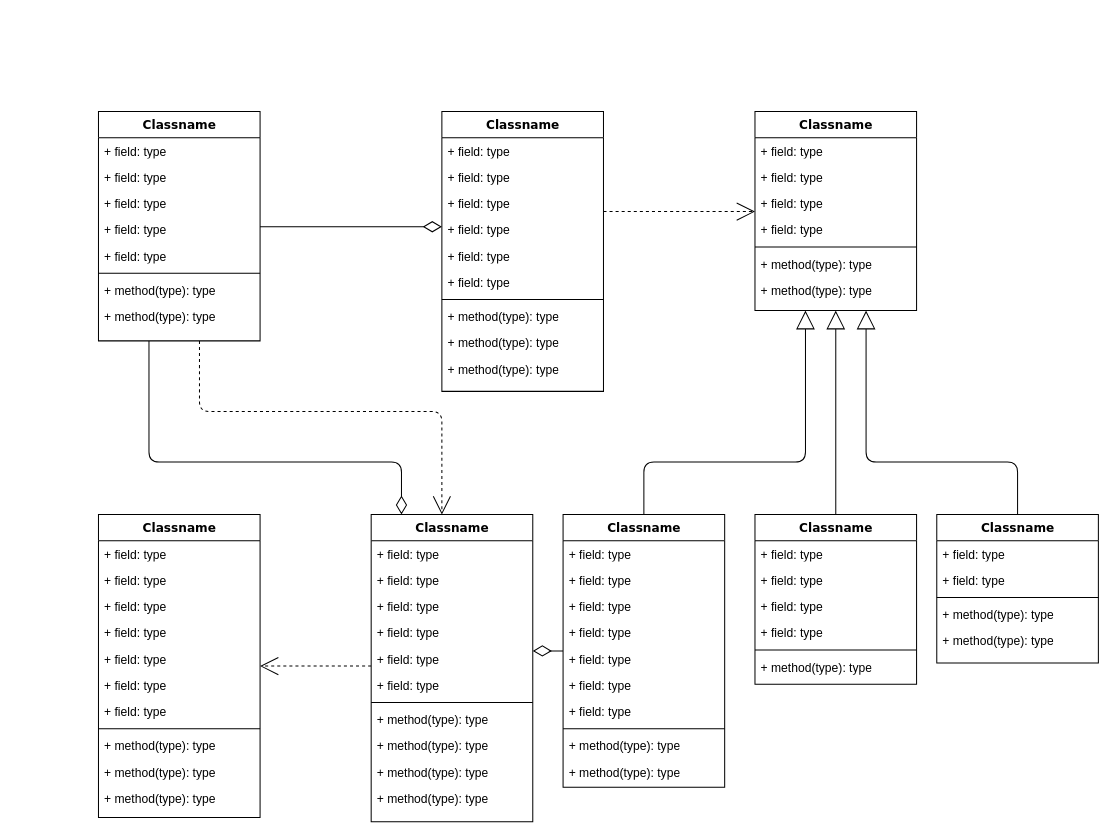
Before: Untitled Diagram.drawio in Avoz194/Advanced-Programing---Ass1, a draw.io diagram. Source tidied: cells renumbered, new cells numbered last; positions are measured from the earlier drawing's top-left corner, leaving out a move shared by most shapes. Both pictures are drawn from the tidied source at 101%, with x=0, y=0 at pixel (98, 111).
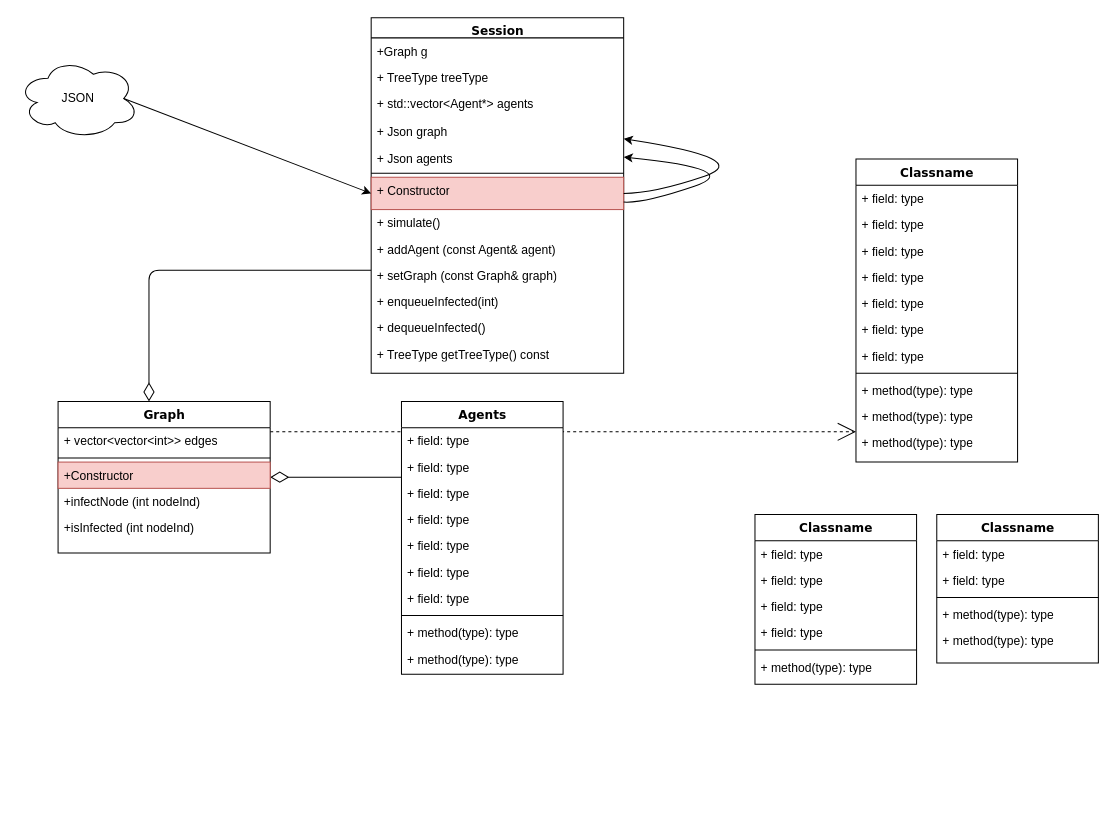
Above is the later version.

The change refers to these unchanged cells:
```xml
<mxCell id="72" value="Classname" style="swimlane;html=1;fontStyle=1;align=center;verticalAlign=top;horizontal=1;startSize=26;swimlaneFillColor=#ffffff;rounded=0;shadow=0;comic=0;labelBackgroundColor=none;strokeWidth=1;fillColor=none;fontFamily=Verdana;fontSize=12;" parent="1" vertex="1">
  <mxGeometry x="650" y="399" width="160" height="168" as="geometry" />
</mxCell>
<mxCell id="80" value="Classname" style="swimlane;html=1;fontStyle=1;align=center;verticalAlign=top;horizontal=1;startSize=26;swimlaneFillColor=#ffffff;rounded=0;shadow=0;comic=0;labelBackgroundColor=none;strokeWidth=1;fillColor=none;fontFamily=Verdana;fontSize=12;" parent="1" vertex="1">
  <mxGeometry x="830" y="399" width="160" height="147" as="geometry" />
</mxCell>
```

Diff of the diagram source:
```diff
@@
-    <mxCell id="2" style="edgeStyle=orthogonalEdgeStyle;html=1;labelBackgroundColor=none;startFill=0;startSize=8;endArrow=open;endFill=0;endSize=16;fontFamily=Verdana;fontSize=12;dashed=1;" parent="1" edge="1" source="4" target="47">
-      <mxGeometry relative="1" as="geometry">
-        <Array as="points">
-          <mxPoint x="100" y="297" />
-          <mxPoint x="340" y="297" />
-        </Array>
-      </mxGeometry>
-    </mxCell>
     <mxCell id="3" style="edgeStyle=orthogonalEdgeStyle;html=1;labelBackgroundColor=none;startFill=0;startSize=8;endArrow=diamondThin;endFill=0;endSize=16;fontFamily=Verdana;fontSize=12;" parent="1" edge="1" source="4" target="47">
       <mxGeometry relative="1" as="geometry">
         <Array as="points">
-          <mxPoint x="50" y="347" />
-          <mxPoint x="300" y="347" />
+          <mxPoint x="50" y="157" />
         </Array>
       </mxGeometry>
     </mxCell>
-    <mxCell id="4" value="Classname" style="swimlane;html=1;fontStyle=1;align=center;verticalAlign=top;horizontal=1;startSize=26;swimlaneFillColor=#ffffff;rounded=0;shadow=0;comic=0;labelBackgroundColor=none;strokeWidth=1;fillColor=none;fontFamily=Verdana;fontSize=12;" parent="1" vertex="1">
-      <mxGeometry width="160" height="227" as="geometry" />
+    <mxCell id="4" value="Session" style="swimlane;html=1;fontStyle=1;align=center;verticalAlign=top;horizontal=1;startSize=20;swimlaneFillColor=#ffffff;rounded=0;shadow=0;comic=0;labelBackgroundColor=none;strokeWidth=1;fillColor=none;fontFamily=Verdana;fontSize=12;" parent="1" vertex="1">
+      <mxGeometry x="270" y="-93" width="250" height="352" as="geometry" />
     </mxCell>
-    <mxCell id="5" value="+ field: type" style="text;html=1;strokeColor=none;fillColor=none;align=left;verticalAlign=top;spacingLeft=4;spacingRight=4;whiteSpace=wrap;overflow=hidden;" parent="4" vertex="1">
-      <mxGeometry y="26" width="160" height="26" as="geometry" />
+    <mxCell id="5" value="+Graph g" style="text;html=1;strokeColor=none;fillColor=none;align=left;verticalAlign=top;spacingLeft=4;spacingRight=4;whiteSpace=wrap;overflow=hidden;" parent="4" vertex="1">
+      <mxGeometry y="20" width="250" height="26" as="geometry" />
     </mxCell>
-    <mxCell id="6" value="+ field: type" style="text;html=1;strokeColor=none;fillColor=none;align=left;verticalAlign=top;spacingLeft=4;spacingRight=4;whiteSpace=wrap;overflow=hidden;" parent="4" vertex="1">
-      <mxGeometry y="52" width="160" height="26" as="geometry" />
+    <mxCell id="6" value="+ TreeType treeType" style="text;html=1;strokeColor=none;fillColor=none;align=left;verticalAlign=top;spacingLeft=4;spacingRight=4;whiteSpace=wrap;overflow=hidden;" parent="4" vertex="1">
+      <mxGeometry y="46" width="250" height="26" as="geometry" />
     </mxCell>
-    <mxCell id="7" value="+ field: type" style="text;html=1;strokeColor=none;fillColor=none;align=left;verticalAlign=top;spacingLeft=4;spacingRight=4;whiteSpace=wrap;overflow=hidden;" parent="4" vertex="1">
-      <mxGeometry y="78" width="160" height="26" as="geometry" />
+    <mxCell id="7" value="+ std::vector&amp;lt;Agent*&amp;gt; agents" style="text;html=1;strokeColor=none;fillColor=none;align=left;verticalAlign=top;spacingLeft=4;spacingRight=4;whiteSpace=wrap;overflow=hidden;" parent="4" vertex="1">
+      <mxGeometry y="72" width="250" height="28" as="geometry" />
     </mxCell>
-    <mxCell id="8" value="+ field: type" style="text;html=1;strokeColor=none;fillColor=none;align=left;verticalAlign=top;spacingLeft=4;spacingRight=4;whiteSpace=wrap;overflow=hidden;" parent="4" vertex="1">
-      <mxGeometry y="104" width="160" height="26" as="geometry" />
-    </mxCell>
-    <mxCell id="9" value="+ field: type" style="text;html=1;strokeColor=none;fillColor=none;align=left;verticalAlign=top;spacingLeft=4;spacingRight=4;whiteSpace=wrap;overflow=hidden;" parent="4" vertex="1">
-      <mxGeometry y="130" width="160" height="26" as="geometry" />
-    </mxCell>
+    <mxCell id="87" value="+ Json graph" style="text;html=1;strokeColor=none;fillColor=none;align=left;verticalAlign=top;spacingLeft=4;spacingRight=4;whiteSpace=wrap;overflow=hidden;points=[[0,0.5],[1,0.5]];portConstraint=eastwest;" parent="4" vertex="1">
+      <mxGeometry y="100" width="250" height="26" as="geometry" />
+    </mxCell>
+    <mxCell id="88" value="+ Json agents" style="text;html=1;strokeColor=none;fillColor=none;align=left;verticalAlign=top;spacingLeft=4;spacingRight=4;whiteSpace=wrap;overflow=hidden;points=[[0,0.5],[1,0.5]];portConstraint=eastwest;" parent="4" vertex="1">
+      <mxGeometry y="126" width="250" height="24" as="geometry" />
+    </mxCell>
     <mxCell id="10" style="line;html=1;strokeWidth=1;fillColor=none;align=left;verticalAlign=middle;spacingTop=-1;spacingLeft=3;spacingRight=3;labelPosition=right;" parent="4" vertex="1">
-      <mxGeometry y="156" width="160" height="8" as="geometry" />
+      <mxGeometry y="150" width="250" height="8" as="geometry" />
     </mxCell>
+    <mxCell id="89" value="+ Constructor" style="text;html=1;strokeColor=#b85450;fillColor=#f8cecc;align=left;verticalAlign=top;spacingLeft=4;spacingRight=4;whiteSpace=wrap;overflow=hidden;points=[[0,0.5],[1,0.5]];portConstraint=eastwest;" parent="4" vertex="1">
+      <mxGeometry y="158" width="250" height="32" as="geometry" />
+    </mxCell>
-    <mxCell id="11" value="+ method(type): type" style="text;html=1;strokeColor=none;fillColor=none;align=left;verticalAlign=top;spacingLeft=4;spacingRight=4;whiteSpace=wrap;overflow=hidden;" parent="4" vertex="1">
-      <mxGeometry y="164" width="160" height="26" as="geometry" />
+    <mxCell id="11" value="+ simulate()" style="text;html=1;strokeColor=none;fillColor=none;align=left;verticalAlign=top;spacingLeft=4;spacingRight=4;whiteSpace=wrap;overflow=hidden;" parent="4" vertex="1">
+      <mxGeometry y="190" width="250" height="26" as="geometry" />
     </mxCell>
-    <mxCell id="12" value="+ method(type): type" style="text;html=1;strokeColor=none;fillColor=none;align=left;verticalAlign=top;spacingLeft=4;spacingRight=4;whiteSpace=wrap;overflow=hidden;" parent="4" vertex="1">
-      <mxGeometry y="190" width="160" height="26" as="geometry" />
+    <mxCell id="12" value="+ addAgent (const Agent&amp;amp; agent)" style="text;html=1;strokeColor=none;fillColor=none;align=left;verticalAlign=top;spacingLeft=4;spacingRight=4;whiteSpace=wrap;overflow=hidden;" parent="4" vertex="1">
+      <mxGeometry y="216" width="250" height="26" as="geometry" />
     </mxCell>
-    <mxCell id="13" style="edgeStyle=elbowEdgeStyle;html=1;labelBackgroundColor=none;startFill=0;startSize=8;endArrow=open;endFill=0;endSize=16;fontFamily=Verdana;fontSize=12;elbow=vertical;dashed=1;" parent="1" edge="1" source="14" target="25">
-      <mxGeometry relative="1" as="geometry" />
-    </mxCell>
-    <mxCell id="14" value="Classname" style="swimlane;html=1;fontStyle=1;align=center;verticalAlign=top;horizontal=1;startSize=26;swimlaneFillColor=#ffffff;rounded=0;shadow=0;comic=0;labelBackgroundColor=none;strokeWidth=1;fillColor=none;fontFamily=Verdana;fontSize=12;" parent="1" vertex="1">
-      <mxGeometry x="340" width="160" height="277" as="geometry" />
-    </mxCell>
-    <mxCell id="15" value="+ field: type" style="text;html=1;strokeColor=none;fillColor=none;align=left;verticalAlign=top;spacingLeft=4;spacingRight=4;whiteSpace=wrap;overflow=hidden;" parent="14" vertex="1">
-      <mxGeometry y="26" width="160" height="26" as="geometry" />
-    </mxCell>
-    <mxCell id="16" value="+ field: type" style="text;html=1;strokeColor=none;fillColor=none;align=left;verticalAlign=top;spacingLeft=4;spacingRight=4;whiteSpace=wrap;overflow=hidden;" parent="14" vertex="1">
-      <mxGeometry y="52" width="160" height="26" as="geometry" />
-    </mxCell>
-    <mxCell id="17" value="+ field: type" style="text;html=1;strokeColor=none;fillColor=none;align=left;verticalAlign=top;spacingLeft=4;spacingRight=4;whiteSpace=wrap;overflow=hidden;" parent="14" vertex="1">
-      <mxGeometry y="78" width="160" height="26" as="geometry" />
-    </mxCell>
-    <mxCell id="18" value="+ field: type" style="text;html=1;strokeColor=none;fillColor=none;align=left;verticalAlign=top;spacingLeft=4;spacingRight=4;whiteSpace=wrap;overflow=hidden;" parent="14" vertex="1">
-      <mxGeometry y="104" width="160" height="26" as="geometry" />
-    </mxCell>
-    <mxCell id="19" value="+ field: type" style="text;html=1;strokeColor=none;fillColor=none;align=left;verticalAlign=top;spacingLeft=4;spacingRight=4;whiteSpace=wrap;overflow=hidden;" parent="14" vertex="1">
-      <mxGeometry y="130" width="160" height="26" as="geometry" />
-    </mxCell>
-    <mxCell id="20" value="+ field: type" style="text;html=1;strokeColor=none;fillColor=none;align=left;verticalAlign=top;spacingLeft=4;spacingRight=4;whiteSpace=wrap;overflow=hidden;" parent="14" vertex="1">
-      <mxGeometry y="156" width="160" height="26" as="geometry" />
-    </mxCell>
-    <mxCell id="21" style="line;html=1;strokeWidth=1;fillColor=none;align=left;verticalAlign=middle;spacingTop=-1;spacingLeft=3;spacingRight=3;labelPosition=right;" parent="14" vertex="1">
-      <mxGeometry y="182" width="160" height="8" as="geometry" />
-    </mxCell>
-    <mxCell id="22" value="+ method(type): type" style="text;html=1;strokeColor=none;fillColor=none;align=left;verticalAlign=top;spacingLeft=4;spacingRight=4;whiteSpace=wrap;overflow=hidden;" parent="14" vertex="1">
-      <mxGeometry y="190" width="160" height="26" as="geometry" />
-    </mxCell>
-    <mxCell id="23" value="+ method(type): type" style="text;html=1;strokeColor=none;fillColor=none;align=left;verticalAlign=top;spacingLeft=4;spacingRight=4;whiteSpace=wrap;overflow=hidden;" parent="14" vertex="1">
-      <mxGeometry y="216" width="160" height="26" as="geometry" />
-    </mxCell>
-    <mxCell id="24" value="+ method(type): type" style="text;html=1;strokeColor=none;fillColor=none;align=left;verticalAlign=top;spacingLeft=4;spacingRight=4;whiteSpace=wrap;overflow=hidden;" parent="14" vertex="1">
-      <mxGeometry y="242" width="160" height="26" as="geometry" />
-    </mxCell>
-    <mxCell id="25" value="Classname" style="swimlane;html=1;fontStyle=1;align=center;verticalAlign=top;horizontal=1;startSize=26;swimlaneFillColor=#ffffff;rounded=0;shadow=0;comic=0;labelBackgroundColor=none;strokeWidth=1;fillColor=none;fontFamily=Verdana;fontSize=12;" parent="1" vertex="1">
-      <mxGeometry x="650" width="160" height="197" as="geometry" />
-    </mxCell>
-    <mxCell id="26" value="+ field: type" style="text;html=1;strokeColor=none;fillColor=none;align=left;verticalAlign=top;spacingLeft=4;spacingRight=4;whiteSpace=wrap;overflow=hidden;" parent="25" vertex="1">
-      <mxGeometry y="26" width="160" height="26" as="geometry" />
-    </mxCell>
-    <mxCell id="27" value="+ field: type" style="text;html=1;strokeColor=none;fillColor=none;align=left;verticalAlign=top;spacingLeft=4;spacingRight=4;whiteSpace=wrap;overflow=hidden;" parent="25" vertex="1">
-      <mxGeometry y="52" width="160" height="26" as="geometry" />
-    </mxCell>
-    <mxCell id="28" value="+ field: type" style="text;html=1;strokeColor=none;fillColor=none;align=left;verticalAlign=top;spacingLeft=4;spacingRight=4;whiteSpace=wrap;overflow=hidden;" parent="25" vertex="1">
-      <mxGeometry y="78" width="160" height="26" as="geometry" />
-    </mxCell>
-    <mxCell id="29" value="+ field: type" style="text;html=1;strokeColor=none;fillColor=none;align=left;verticalAlign=top;spacingLeft=4;spacingRight=4;whiteSpace=wrap;overflow=hidden;" parent="25" vertex="1">
-      <mxGeometry y="104" width="160" height="26" as="geometry" />
-    </mxCell>
-    <mxCell id="30" style="line;html=1;strokeWidth=1;fillColor=none;align=left;verticalAlign=middle;spacingTop=-1;spacingLeft=3;spacingRight=3;labelPosition=right;" parent="25" vertex="1">
-      <mxGeometry y="130" width="160" height="8" as="geometry" />
-    </mxCell>
-    <mxCell id="31" value="+ method(type): type" style="text;html=1;strokeColor=none;fillColor=none;align=left;verticalAlign=top;spacingLeft=4;spacingRight=4;whiteSpace=wrap;overflow=hidden;" parent="25" vertex="1">
-      <mxGeometry y="138" width="160" height="26" as="geometry" />
-    </mxCell>
-    <mxCell id="32" value="+ method(type): type" style="text;html=1;strokeColor=none;fillColor=none;align=left;verticalAlign=top;spacingLeft=4;spacingRight=4;whiteSpace=wrap;overflow=hidden;" parent="25" vertex="1">
-      <mxGeometry y="164" width="160" height="26" as="geometry" />
-    </mxCell>
+    <mxCell id="90" value="+ setGraph (const Graph&amp;amp; graph)" style="text;html=1;strokeColor=none;fillColor=none;align=left;verticalAlign=top;spacingLeft=4;spacingRight=4;whiteSpace=wrap;overflow=hidden;" parent="4" vertex="1">
+      <mxGeometry y="242" width="250" height="26" as="geometry" />
+    </mxCell>
+    <mxCell id="91" value="+ enqueueInfected(int)" style="text;html=1;strokeColor=none;fillColor=none;align=left;verticalAlign=top;spacingLeft=4;spacingRight=4;whiteSpace=wrap;overflow=hidden;" parent="4" vertex="1">
+      <mxGeometry y="268" width="250" height="26" as="geometry" />
+    </mxCell>
+    <mxCell id="92" value="+ dequeueInfected()" style="text;html=1;strokeColor=none;fillColor=none;align=left;verticalAlign=top;spacingLeft=4;spacingRight=4;whiteSpace=wrap;overflow=hidden;" parent="4" vertex="1">
+      <mxGeometry y="294" width="250" height="26" as="geometry" />
+    </mxCell>
+    <mxCell id="93" value="+ TreeType getTreeType() const" style="text;html=1;strokeColor=none;fillColor=none;align=left;verticalAlign=top;spacingLeft=4;spacingRight=4;whiteSpace=wrap;overflow=hidden;" parent="4" vertex="1">
+      <mxGeometry y="320" width="250" height="32" as="geometry" />
+    </mxCell>
+    <mxCell id="94" style="curved=1;endArrow=classic;html=1;exitX=1;exitY=0.5;exitDx=0;exitDy=0;entryX=1;entryY=0.769;entryDx=0;entryDy=0;entryPerimeter=0;" parent="4" edge="1" source="89" target="87">
+      <mxGeometry relative="1" as="geometry">
+        <Array as="points">
+          <mxPoint x="280" y="174" />
+          <mxPoint x="380" y="140" />
+        </Array>
+      </mxGeometry>
+    </mxCell>
+    <mxCell id="95" style="curved=1;endArrow=classic;html=1;entryX=1;entryY=0.5;entryDx=0;entryDy=0;" parent="4" edge="1" source="89" target="88">
+      <mxGeometry relative="1" as="geometry">
+        <Array as="points">
+          <mxPoint x="270" y="184" />
+          <mxPoint x="370" y="150" />
+        </Array>
+      </mxGeometry>
+    </mxCell>
@@
     <mxCell id="34" value="Classname" style="swimlane;html=1;fontStyle=1;align=center;verticalAlign=top;horizontal=1;startSize=26;swimlaneFillColor=#ffffff;rounded=0;shadow=0;comic=0;labelBackgroundColor=none;strokeWidth=1;fillColor=none;fontFamily=Verdana;fontSize=12;" parent="1" vertex="1">
-      <mxGeometry y="399" width="160" height="300" as="geometry" />
+      <mxGeometry x="750" y="47" width="160" height="300" as="geometry" />
     </mxCell>
@@
-    <mxCell id="47" value="Classname" style="swimlane;html=1;fontStyle=1;align=center;verticalAlign=top;horizontal=1;startSize=26;swimlaneFillColor=#ffffff;rounded=0;shadow=0;comic=0;labelBackgroundColor=none;strokeWidth=1;fillColor=none;fontFamily=Verdana;fontSize=12;" parent="1" vertex="1">
-      <mxGeometry x="270" y="399" width="160" height="304" as="geometry" />
+    <mxCell id="47" value="Graph" style="swimlane;html=1;fontStyle=1;align=center;verticalAlign=top;horizontal=1;startSize=26;swimlaneFillColor=#ffffff;rounded=0;shadow=0;comic=0;labelBackgroundColor=none;strokeWidth=1;fillColor=none;fontFamily=Verdana;fontSize=12;" parent="1" vertex="1">
+      <mxGeometry x="-40" y="287" width="210" height="150" as="geometry" />
     </mxCell>
-    <mxCell id="48" value="+ field: type" style="text;html=1;strokeColor=none;fillColor=none;align=left;verticalAlign=top;spacingLeft=4;spacingRight=4;whiteSpace=wrap;overflow=hidden;" parent="47" vertex="1">
-      <mxGeometry y="26" width="160" height="26" as="geometry" />
+    <mxCell id="48" value="+ vector&amp;lt;vector&amp;lt;int&amp;gt;&amp;gt; edges" style="text;html=1;strokeColor=none;fillColor=none;align=left;verticalAlign=top;spacingLeft=4;spacingRight=4;whiteSpace=wrap;overflow=hidden;" parent="47" vertex="1">
+      <mxGeometry y="26" width="210" height="26" as="geometry" />
     </mxCell>
-    <mxCell id="49" value="+ field: type" style="text;html=1;strokeColor=none;fillColor=none;align=left;verticalAlign=top;spacingLeft=4;spacingRight=4;whiteSpace=wrap;overflow=hidden;" parent="47" vertex="1">
-      <mxGeometry y="52" width="160" height="26" as="geometry" />
-    </mxCell>
-    <mxCell id="50" value="+ field: type" style="text;html=1;strokeColor=none;fillColor=none;align=left;verticalAlign=top;spacingLeft=4;spacingRight=4;whiteSpace=wrap;overflow=hidden;" parent="47" vertex="1">
-      <mxGeometry y="78" width="160" height="26" as="geometry" />
-    </mxCell>
-    <mxCell id="51" value="+ field: type" style="text;html=1;strokeColor=none;fillColor=none;align=left;verticalAlign=top;spacingLeft=4;spacingRight=4;whiteSpace=wrap;overflow=hidden;" parent="47" vertex="1">
-      <mxGeometry y="104" width="160" height="26" as="geometry" />
-    </mxCell>
-    <mxCell id="52" value="+ field: type" style="text;html=1;strokeColor=none;fillColor=none;align=left;verticalAlign=top;spacingLeft=4;spacingRight=4;whiteSpace=wrap;overflow=hidden;" parent="47" vertex="1">
-      <mxGeometry y="130" width="160" height="26" as="geometry" />
-    </mxCell>
-    <mxCell id="53" value="+ field: type" style="text;html=1;strokeColor=none;fillColor=none;align=left;verticalAlign=top;spacingLeft=4;spacingRight=4;whiteSpace=wrap;overflow=hidden;" parent="47" vertex="1">
-      <mxGeometry y="156" width="160" height="26" as="geometry" />
-    </mxCell>
     <mxCell id="54" style="line;html=1;strokeWidth=1;fillColor=none;align=left;verticalAlign=middle;spacingTop=-1;spacingLeft=3;spacingRight=3;labelPosition=right;" parent="47" vertex="1">
-      <mxGeometry y="182" width="160" height="8" as="geometry" />
+      <mxGeometry y="52" width="210" height="8" as="geometry" />
     </mxCell>
-    <mxCell id="55" value="+ method(type): type" style="text;html=1;strokeColor=none;fillColor=none;align=left;verticalAlign=top;spacingLeft=4;spacingRight=4;whiteSpace=wrap;overflow=hidden;" parent="47" vertex="1">
-      <mxGeometry y="190" width="160" height="26" as="geometry" />
+    <mxCell id="55" value="+Constructor" style="text;html=1;strokeColor=#b85450;fillColor=#f8cecc;align=left;verticalAlign=top;spacingLeft=4;spacingRight=4;whiteSpace=wrap;overflow=hidden;" parent="47" vertex="1">
+      <mxGeometry y="60" width="210" height="26" as="geometry" />
     </mxCell>
-    <mxCell id="56" value="+ method(type): type" style="text;html=1;strokeColor=none;fillColor=none;align=left;verticalAlign=top;spacingLeft=4;spacingRight=4;whiteSpace=wrap;overflow=hidden;" parent="47" vertex="1">
-      <mxGeometry y="216" width="160" height="26" as="geometry" />
+    <mxCell id="56" value="+infectNode (int nodeInd)" style="text;html=1;strokeColor=none;fillColor=none;align=left;verticalAlign=top;spacingLeft=4;spacingRight=4;whiteSpace=wrap;overflow=hidden;" parent="47" vertex="1">
+      <mxGeometry y="86" width="210" height="26" as="geometry" />
     </mxCell>
-    <mxCell id="57" value="+ method(type): type" style="text;html=1;strokeColor=none;fillColor=none;align=left;verticalAlign=top;spacingLeft=4;spacingRight=4;whiteSpace=wrap;overflow=hidden;" parent="47" vertex="1">
-      <mxGeometry y="242" width="160" height="26" as="geometry" />
+    <mxCell id="57" value="+isInfected (int nodeInd)" style="text;html=1;strokeColor=none;fillColor=none;align=left;verticalAlign=top;spacingLeft=4;spacingRight=4;whiteSpace=wrap;overflow=hidden;" parent="47" vertex="1">
+      <mxGeometry y="112" width="210" height="26" as="geometry" />
     </mxCell>
-    <mxCell id="58" value="+ method(type): type" style="text;html=1;strokeColor=none;fillColor=none;align=left;verticalAlign=top;spacingLeft=4;spacingRight=4;whiteSpace=wrap;overflow=hidden;" parent="47" vertex="1">
-      <mxGeometry y="268" width="160" height="26" as="geometry" />
-    </mxCell>
-    <mxCell id="59" style="edgeStyle=orthogonalEdgeStyle;html=1;labelBackgroundColor=none;startFill=0;startSize=8;endArrow=block;endFill=0;endSize=16;fontFamily=Verdana;fontSize=12;" parent="1" edge="1" source="60" target="25">
-      <mxGeometry relative="1" as="geometry">
-        <Array as="points">
-          <mxPoint x="540" y="347" />
-          <mxPoint x="700" y="347" />
-        </Array>
-      </mxGeometry>
-    </mxCell>
-    <mxCell id="60" value="Classname" style="swimlane;html=1;fontStyle=1;align=center;verticalAlign=top;horizontal=1;startSize=26;swimlaneFillColor=#ffffff;rounded=0;shadow=0;comic=0;labelBackgroundColor=none;strokeWidth=1;fillColor=none;fontFamily=Verdana;fontSize=12;" parent="1" vertex="1">
-      <mxGeometry x="460" y="399" width="160" height="270" as="geometry" />
+    <mxCell id="60" value="Agents" style="swimlane;html=1;fontStyle=1;align=center;verticalAlign=top;horizontal=1;startSize=26;swimlaneFillColor=#ffffff;rounded=0;shadow=0;comic=0;labelBackgroundColor=none;strokeWidth=1;fillColor=none;fontFamily=Verdana;fontSize=12;" parent="1" vertex="1">
+      <mxGeometry x="300" y="287" width="160" height="270" as="geometry" />
     </mxCell>
@@
-    <mxCell id="71" style="edgeStyle=orthogonalEdgeStyle;html=1;labelBackgroundColor=none;startFill=0;startSize=8;endArrow=block;endFill=0;endSize=16;fontFamily=Verdana;fontSize=12;" parent="1" edge="1" source="72" target="25">
-      <mxGeometry relative="1" as="geometry" />
-    </mxCell>
@@
-    <mxCell id="79" style="edgeStyle=orthogonalEdgeStyle;html=1;labelBackgroundColor=none;startFill=0;startSize=8;endArrow=block;endFill=0;endSize=16;fontFamily=Verdana;fontSize=12;" parent="1" edge="1" source="80" target="25">
-      <mxGeometry relative="1" as="geometry">
-        <Array as="points">
-          <mxPoint x="910" y="347" />
-          <mxPoint x="760" y="347" />
-        </Array>
-      </mxGeometry>
-    </mxCell>
@@
-    <mxCell id="86" style="edgeStyle=elbowEdgeStyle;html=1;labelBackgroundColor=none;startFill=0;startSize=8;endArrow=diamondThin;endFill=0;endSize=16;fontFamily=Verdana;fontSize=12;elbow=vertical;" parent="1" edge="1" source="4" target="14">
-      <mxGeometry relative="1" as="geometry" />
-    </mxCell>
+    <mxCell id="96" value="JSON" style="ellipse;shape=cloud;whiteSpace=wrap;html=1;" parent="1" vertex="1">
+      <mxGeometry x="-80" y="-53" width="120" height="80" as="geometry" />
+    </mxCell>
+    <mxCell id="97" style="endArrow=classic;html=1;entryX=0;entryY=0.5;entryDx=0;entryDy=0;exitX=0.875;exitY=0.5;exitDx=0;exitDy=0;exitPerimeter=0;" parent="1" edge="1" source="96" target="89">
+      <mxGeometry relative="1" as="geometry" />
+    </mxCell>
```
